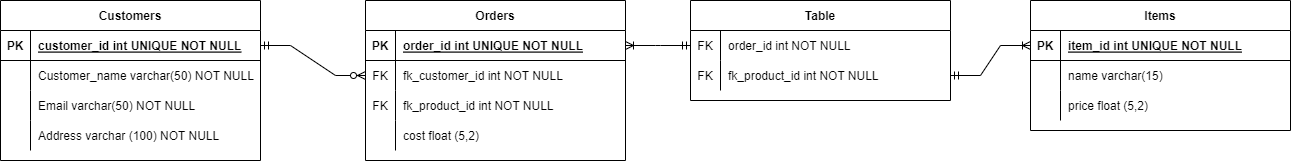
Above: ERD and Risk/ERD for First Project.drawio.png in KugananK/IMS-Starter (draw.io), before the change. Source tidied: cells renumbered, new cells last; positions are measured from the earlier drawing's top-left corner, leaving out a move shared by most shapes. Source of this version:
```xml
<mxGraphModel>
  <root>
    <mxCell id="0" />
    <mxCell id="1" parent="0" />
    <mxCell id="2" value="Customers" style="shape=table;startSize=30;rowLines=0;fontStyle=1;align=center;" parent="1" vertex="1">
      <mxGeometry width="260" height="160" as="geometry" />
    </mxCell>
    <mxCell id="3" style="shape=tableRow;horizontal=0;startSize=0;swimlaneHead=0;swimlaneBody=0;fillColor=none;points=[[0,0.5],[1,0.5]];portConstraint=eastwest;top=0;left=0;right=0;bottom=1;" parent="2" vertex="1">
      <mxGeometry y="30" width="260" height="30" as="geometry" />
    </mxCell>
    <mxCell id="4" value="PK" style="shape=partialRectangle;fillColor=none;top=0;left=0;bottom=0;right=0;fontStyle=1;overflow=hidden;" parent="3" vertex="1">
      <mxGeometry width="30" height="30" as="geometry" />
    </mxCell>
    <mxCell id="5" value="customer_id int UNIQUE NOT NULL" style="shape=partialRectangle;fillColor=none;top=0;left=0;bottom=0;right=0;align=left;spacingLeft=6;fontStyle=5;overflow=hidden;" parent="3" vertex="1">
      <mxGeometry x="30" width="230" height="30" as="geometry" />
    </mxCell>
    <mxCell id="6" style="shape=tableRow;horizontal=0;startSize=0;swimlaneHead=0;swimlaneBody=0;fillColor=none;top=0;left=0;right=0;bottom=0;" parent="2" vertex="1">
      <mxGeometry y="60" width="260" height="30" as="geometry" />
    </mxCell>
    <mxCell id="7" style="shape=partialRectangle;fillColor=none;top=0;left=0;bottom=0;right=0;overflow=hidden;" parent="6" vertex="1">
      <mxGeometry width="30" height="30" as="geometry" />
    </mxCell>
    <mxCell id="8" value="Customer_name varchar(50) NOT NULL" style="shape=partialRectangle;fillColor=none;top=0;left=0;bottom=0;right=0;align=left;spacingLeft=6;overflow=hidden;" parent="6" vertex="1">
      <mxGeometry x="30" width="230" height="30" as="geometry" />
    </mxCell>
    <mxCell id="9" style="shape=tableRow;horizontal=0;startSize=0;swimlaneHead=0;swimlaneBody=0;fillColor=none;top=0;left=0;right=0;bottom=0;" parent="2" vertex="1">
      <mxGeometry y="90" width="260" height="30" as="geometry" />
    </mxCell>
    <mxCell id="10" style="shape=partialRectangle;fillColor=none;top=0;left=0;bottom=0;right=0;overflow=hidden;" parent="9" vertex="1">
      <mxGeometry width="30" height="30" as="geometry" />
    </mxCell>
    <mxCell id="11" value="Email varchar(50) NOT NULL" style="shape=partialRectangle;fillColor=none;top=0;left=0;bottom=0;right=0;align=left;spacingLeft=6;overflow=hidden;" parent="9" vertex="1">
      <mxGeometry x="30" width="230" height="30" as="geometry" />
    </mxCell>
    <mxCell id="12" style="shape=tableRow;horizontal=0;startSize=0;swimlaneHead=0;swimlaneBody=0;fillColor=none;top=0;left=0;right=0;bottom=0;" parent="2" vertex="1">
      <mxGeometry y="120" width="260" height="30" as="geometry" />
    </mxCell>
    <mxCell id="13" style="shape=partialRectangle;fillColor=none;top=0;left=0;bottom=0;right=0;overflow=hidden;" parent="12" vertex="1">
      <mxGeometry width="30" height="30" as="geometry" />
    </mxCell>
    <mxCell id="14" value="Address varchar (100) NOT NULL" style="shape=partialRectangle;fillColor=none;top=0;left=0;bottom=0;right=0;align=left;spacingLeft=6;overflow=hidden;" parent="12" vertex="1">
      <mxGeometry x="30" width="230" height="30" as="geometry" />
    </mxCell>
    <mxCell id="15" value="Orders" style="shape=table;startSize=30;rowLines=0;fontStyle=1;align=center;" parent="1" vertex="1">
      <mxGeometry x="365" width="260" height="160" as="geometry" />
    </mxCell>
    <mxCell id="16" style="shape=tableRow;horizontal=0;startSize=0;swimlaneHead=0;swimlaneBody=0;fillColor=none;points=[[0,0.5],[1,0.5]];portConstraint=eastwest;top=0;left=0;right=0;bottom=1;" parent="15" vertex="1">
      <mxGeometry y="30" width="260" height="30" as="geometry" />
    </mxCell>
    <mxCell id="17" value="PK" style="shape=partialRectangle;fillColor=none;top=0;left=0;bottom=0;right=0;fontStyle=1;overflow=hidden;" parent="16" vertex="1">
      <mxGeometry width="30" height="30" as="geometry" />
    </mxCell>
    <mxCell id="18" value="order_id int UNIQUE NOT NULL" style="shape=partialRectangle;fillColor=none;top=0;left=0;bottom=0;right=0;align=left;spacingLeft=6;fontStyle=5;overflow=hidden;" parent="16" vertex="1">
      <mxGeometry x="30" width="230" height="30" as="geometry" />
    </mxCell>
    <mxCell id="19" style="shape=tableRow;horizontal=0;startSize=0;swimlaneHead=0;swimlaneBody=0;fillColor=none;points=[[0,0.5],[1,0.5]];portConstraint=eastwest;top=0;left=0;right=0;bottom=0;" parent="15" vertex="1">
      <mxGeometry y="60" width="260" height="30" as="geometry" />
    </mxCell>
    <mxCell id="20" value="FK" style="shape=partialRectangle;fillColor=none;top=0;left=0;bottom=0;right=0;overflow=hidden;" parent="19" vertex="1">
      <mxGeometry width="30" height="30" as="geometry" />
    </mxCell>
    <mxCell id="21" value="fk_customer_id int NOT NULL" style="shape=partialRectangle;fillColor=none;top=0;left=0;bottom=0;right=0;align=left;spacingLeft=6;overflow=hidden;" parent="19" vertex="1">
      <mxGeometry x="30" width="230" height="30" as="geometry" />
    </mxCell>
    <mxCell id="22" style="shape=tableRow;horizontal=0;startSize=0;swimlaneHead=0;swimlaneBody=0;fillColor=none;top=0;left=0;right=0;bottom=0;" parent="15" vertex="1">
      <mxGeometry y="90" width="260" height="30" as="geometry" />
    </mxCell>
    <mxCell id="23" value="FK" style="shape=partialRectangle;fillColor=none;top=0;left=0;bottom=0;right=0;overflow=hidden;" parent="22" vertex="1">
      <mxGeometry width="30" height="30" as="geometry" />
    </mxCell>
    <mxCell id="24" value="fk_product_id int NOT NULL" style="shape=partialRectangle;fillColor=none;top=0;left=0;bottom=0;right=0;align=left;spacingLeft=6;overflow=hidden;" parent="22" vertex="1">
      <mxGeometry x="30" width="230" height="30" as="geometry" />
    </mxCell>
    <mxCell id="25" style="shape=tableRow;horizontal=0;startSize=0;swimlaneHead=0;swimlaneBody=0;fillColor=none;top=0;left=0;right=0;bottom=0;" parent="15" vertex="1">
      <mxGeometry y="120" width="260" height="30" as="geometry" />
    </mxCell>
    <mxCell id="26" style="shape=partialRectangle;fillColor=none;top=0;left=0;bottom=0;right=0;overflow=hidden;" parent="25" vertex="1">
      <mxGeometry width="30" height="30" as="geometry" />
    </mxCell>
    <mxCell id="27" value="cost float (5,2)" style="shape=partialRectangle;fillColor=none;top=0;left=0;bottom=0;right=0;align=left;spacingLeft=6;overflow=hidden;" parent="25" vertex="1">
      <mxGeometry x="30" width="230" height="30" as="geometry" />
    </mxCell>
    <mxCell id="28" value="Items" style="shape=table;startSize=30;rowLines=0;fontStyle=1;align=center;" parent="1" vertex="1">
      <mxGeometry x="1030" width="260" height="130" as="geometry" />
    </mxCell>
    <mxCell id="29" style="shape=tableRow;horizontal=0;startSize=0;swimlaneHead=0;swimlaneBody=0;fillColor=none;points=[[0,0.5],[1,0.5]];portConstraint=eastwest;top=0;left=0;right=0;bottom=1;" parent="28" vertex="1">
      <mxGeometry y="30" width="260" height="30" as="geometry" />
    </mxCell>
    <mxCell id="30" value="PK" style="shape=partialRectangle;fillColor=none;top=0;left=0;bottom=0;right=0;fontStyle=1;overflow=hidden;" parent="29" vertex="1">
      <mxGeometry width="30" height="30" as="geometry" />
    </mxCell>
    <mxCell id="31" value="item_id int UNIQUE NOT NULL" style="shape=partialRectangle;fillColor=none;top=0;left=0;bottom=0;right=0;align=left;spacingLeft=6;fontStyle=5;overflow=hidden;" parent="29" vertex="1">
      <mxGeometry x="30" width="230" height="30" as="geometry" />
    </mxCell>
    <mxCell id="32" style="shape=tableRow;horizontal=0;startSize=0;swimlaneHead=0;swimlaneBody=0;fillColor=none;top=0;left=0;right=0;bottom=0;" parent="28" vertex="1">
      <mxGeometry y="60" width="260" height="30" as="geometry" />
    </mxCell>
    <mxCell id="33" style="shape=partialRectangle;fillColor=none;top=0;left=0;bottom=0;right=0;overflow=hidden;" parent="32" vertex="1">
      <mxGeometry width="30" height="30" as="geometry" />
    </mxCell>
    <mxCell id="34" value="name varchar(15)" style="shape=partialRectangle;fillColor=none;top=0;left=0;bottom=0;right=0;align=left;spacingLeft=6;overflow=hidden;" parent="32" vertex="1">
      <mxGeometry x="30" width="230" height="30" as="geometry" />
    </mxCell>
    <mxCell id="35" style="shape=tableRow;horizontal=0;startSize=0;swimlaneHead=0;swimlaneBody=0;fillColor=none;top=0;left=0;right=0;bottom=0;" parent="28" vertex="1">
      <mxGeometry y="90" width="260" height="30" as="geometry" />
    </mxCell>
    <mxCell id="36" style="shape=partialRectangle;fillColor=none;top=0;left=0;bottom=0;right=0;overflow=hidden;" parent="35" vertex="1">
      <mxGeometry width="30" height="30" as="geometry" />
    </mxCell>
    <mxCell id="37" value="price float (5,2)" style="shape=partialRectangle;fillColor=none;top=0;left=0;bottom=0;right=0;align=left;spacingLeft=6;overflow=hidden;" parent="35" vertex="1">
      <mxGeometry x="30" width="230" height="30" as="geometry" />
    </mxCell>
    <mxCell id="38" value="Table" style="shape=table;startSize=30;rowLines=0;fontStyle=1;align=center;" parent="1" vertex="1">
      <mxGeometry x="690" width="260" height="100" as="geometry" />
    </mxCell>
    <mxCell id="39" style="shape=tableRow;horizontal=0;startSize=0;swimlaneHead=0;swimlaneBody=0;fillColor=none;points=[[0,0.5],[1,0.5]];portConstraint=eastwest;top=0;left=0;right=0;bottom=0;" parent="38" vertex="1">
      <mxGeometry y="30" width="260" height="30" as="geometry" />
    </mxCell>
    <mxCell id="40" value="FK" style="shape=partialRectangle;fillColor=none;top=0;left=0;bottom=0;right=0;overflow=hidden;" parent="39" vertex="1">
      <mxGeometry width="30" height="30" as="geometry" />
    </mxCell>
    <mxCell id="41" value="order_id int NOT NULL" style="shape=partialRectangle;fillColor=none;top=0;left=0;bottom=0;right=0;align=left;spacingLeft=6;overflow=hidden;" parent="39" vertex="1">
      <mxGeometry x="30" width="230" height="30" as="geometry" />
    </mxCell>
    <mxCell id="42" style="shape=tableRow;horizontal=0;startSize=0;swimlaneHead=0;swimlaneBody=0;fillColor=none;points=[[0,0.5],[1,0.5]];portConstraint=eastwest;top=0;left=0;right=0;bottom=0;" parent="38" vertex="1">
      <mxGeometry y="60" width="260" height="30" as="geometry" />
    </mxCell>
    <mxCell id="43" value="FK" style="shape=partialRectangle;fillColor=none;top=0;left=0;bottom=0;right=0;overflow=hidden;" parent="42" vertex="1">
      <mxGeometry width="30" height="30" as="geometry" />
    </mxCell>
    <mxCell id="44" value="fk_product_id int NOT NULL" style="shape=partialRectangle;fillColor=none;top=0;left=0;bottom=0;right=0;align=left;spacingLeft=6;overflow=hidden;" parent="42" vertex="1">
      <mxGeometry x="30" width="230" height="30" as="geometry" />
    </mxCell>
    <mxCell id="45" style="edgeStyle=entityRelationEdgeStyle;fontSize=12;html=1;endArrow=ERzeroToMany;startArrow=ERmandOne;rounded=0;exitX=1;exitY=0.5;exitDx=0;exitDy=0;entryX=0;entryY=0.5;entryDx=0;entryDy=0;" parent="1" edge="1" source="3" target="19">
      <mxGeometry relative="1" as="geometry" />
    </mxCell>
    <mxCell id="46" style="edgeStyle=entityRelationEdgeStyle;fontSize=12;html=1;endArrow=ERoneToMany;startArrow=ERmandOne;rounded=0;entryX=1;entryY=0.5;entryDx=0;entryDy=0;exitX=0;exitY=0.5;exitDx=0;exitDy=0;" parent="1" edge="1" source="39" target="16">
      <mxGeometry relative="1" as="geometry" />
    </mxCell>
    <mxCell id="47" style="edgeStyle=entityRelationEdgeStyle;fontSize=12;html=1;endArrow=ERoneToMany;startArrow=ERmandOne;rounded=0;entryX=0;entryY=0.5;entryDx=0;entryDy=0;exitX=1;exitY=0.5;exitDx=0;exitDy=0;" parent="1" edge="1" source="42" target="29">
      <mxGeometry relative="1" as="geometry" />
    </mxCell>
  </root>
</mxGraphModel>
```
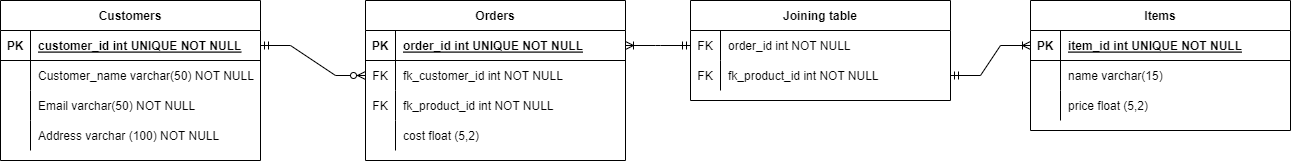
The same file after the commit.

Diff of the diagram source:
```diff
@@ -110,7 +110,7 @@
     <mxCell id="37" value="price float (5,2)" style="shape=partialRectangle;fillColor=none;top=0;left=0;bottom=0;right=0;align=left;spacingLeft=6;overflow=hidden;" parent="35" vertex="1">
       <mxGeometry x="30" width="230" height="30" as="geometry" />
     </mxCell>
-    <mxCell id="38" value="Table" style="shape=table;startSize=30;rowLines=0;fontStyle=1;align=center;" parent="1" vertex="1">
+    <mxCell id="38" value="Joining table" style="shape=table;startSize=30;rowLines=0;fontStyle=1;align=center;" parent="1" vertex="1">
       <mxGeometry x="690" width="260" height="100" as="geometry" />
     </mxCell>
     <mxCell id="39" style="shape=tableRow;horizontal=0;startSize=0;swimlaneHead=0;swimlaneBody=0;fillColor=none;points=[[0,0.5],[1,0.5]];portConstraint=eastwest;top=0;left=0;right=0;bottom=0;" parent="38" vertex="1">
```
